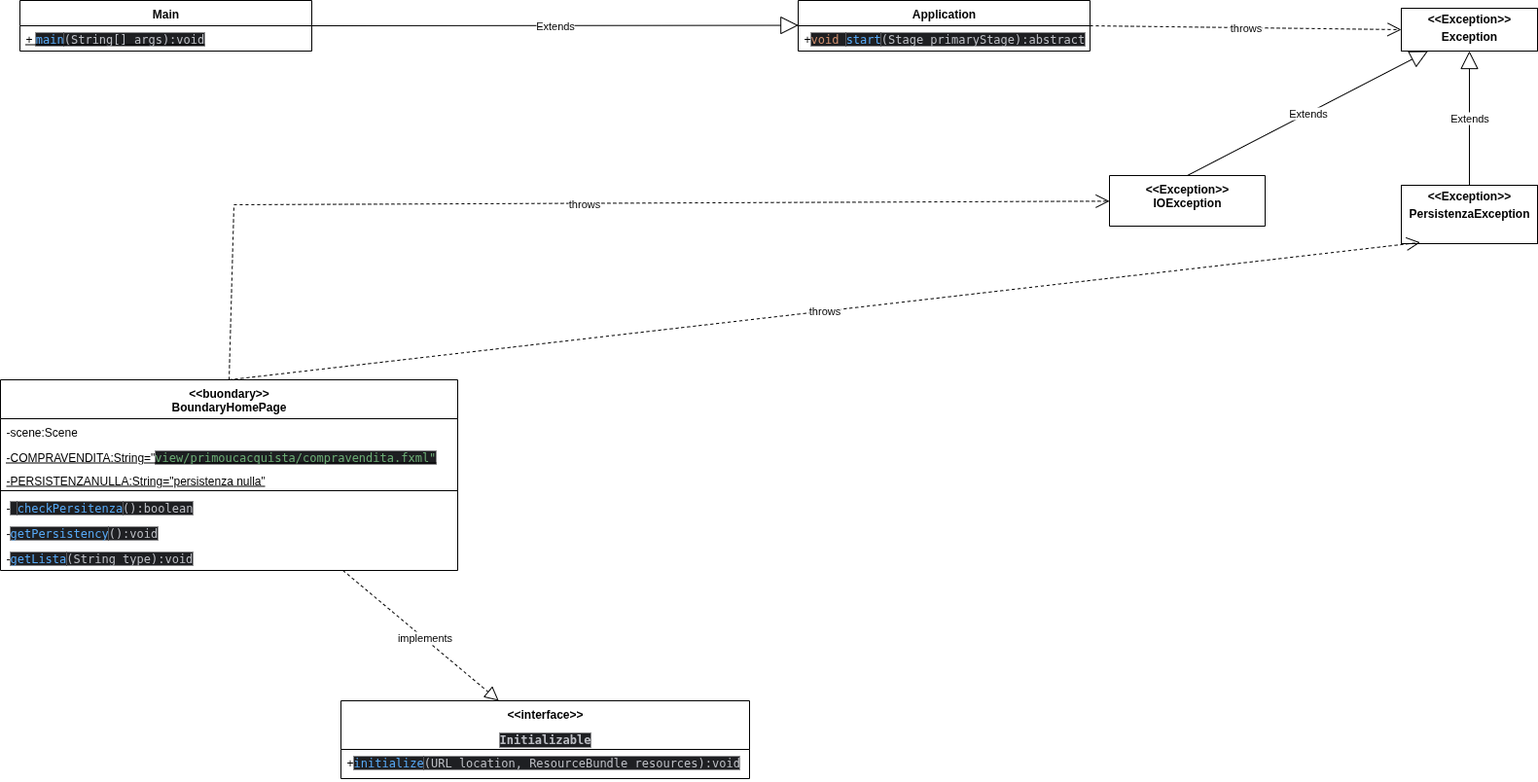
The draw.io diagram VOPCVerificaDisponibilitaGiornale.drawio.png in ilciro/BookShopOnline25, before a commit. Source tidied: cells renumbered, new cells last; positions are measured from the earlier drawing's top-left corner, leaving out a move shared by most shapes.
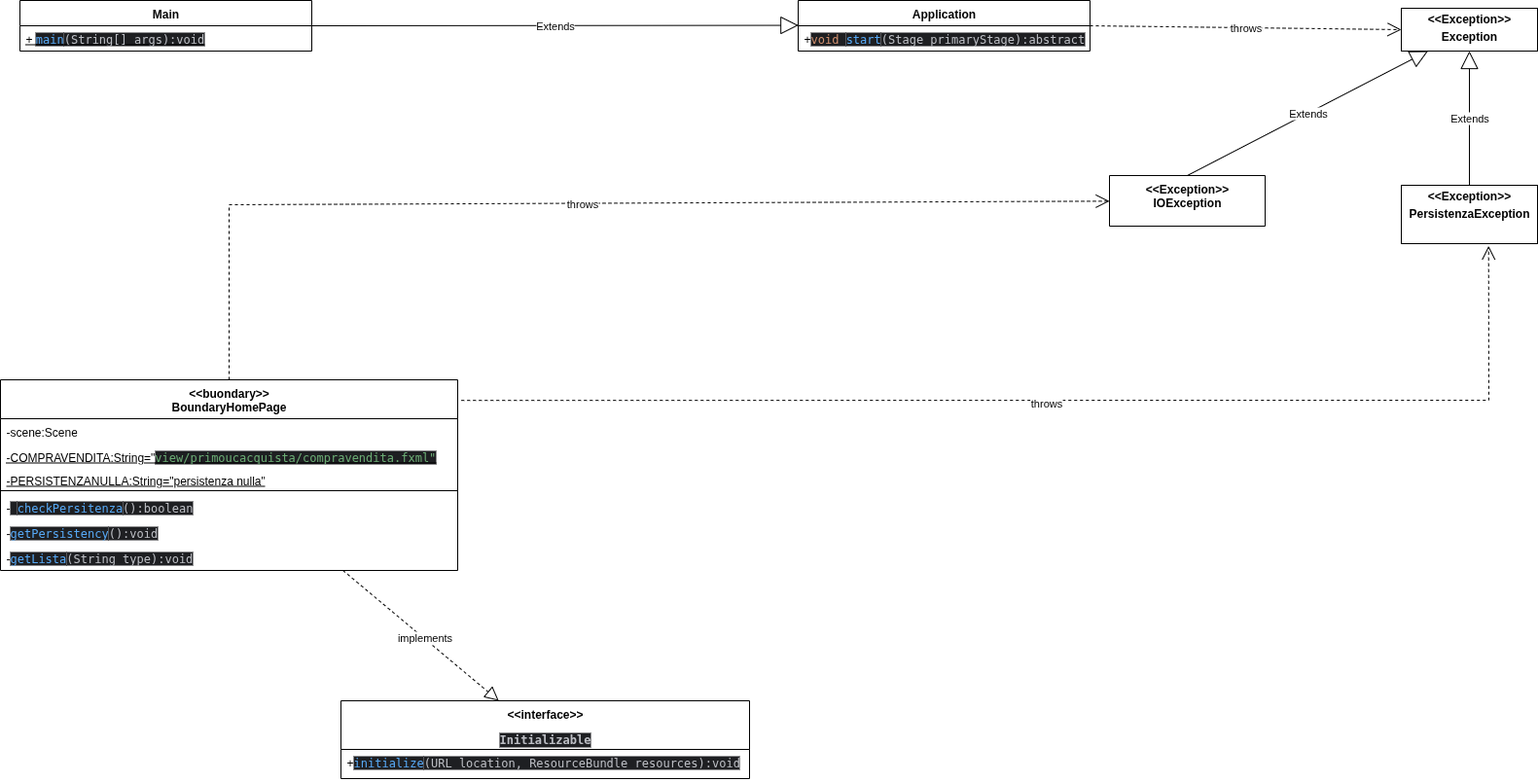
After the change.

Change to the diagram source:
```diff
@@ -76,12 +76,16 @@
     <mxCell id="25" value="throws" style="endArrow=open;endSize=12;dashed=1;html=1;rounded=0;exitX=0.5;exitY=0;exitDx=0;exitDy=0;" parent="1" edge="1" source="9" target="21">
       <mxGeometry relative="1" as="geometry">
         <Array as="points">
-          <mxPoint x="240" y="210" />
+          <mxPoint x="235" y="210" />
         </Array>
       </mxGeometry>
     </mxCell>
-    <mxCell id="26" value="throws" style="endArrow=open;endSize=12;dashed=1;html=1;rounded=0;exitX=0.5;exitY=0;exitDx=0;exitDy=0;entryX=0.139;entryY=0.979;entryDx=0;entryDy=0;entryPerimeter=0;" parent="1" edge="1" source="9" target="22">
-      <mxGeometry relative="1" as="geometry" />
+    <mxCell id="26" value="throws" style="endArrow=open;endSize=12;dashed=1;html=1;rounded=0;entryX=0.641;entryY=1.038;entryDx=0;entryDy=0;entryPerimeter=0;exitX=1.008;exitY=0.108;exitDx=0;exitDy=0;exitPerimeter=0;" parent="1" edge="1" source="9" target="22">
+      <mxGeometry x="-0.01" y="-3" relative="1" as="geometry">
+        <Array as="points">
+          <mxPoint x="1530" y="411" />
+        </Array>
+      </mxGeometry>
     </mxCell>
   </root>
 </mxGraphModel>
```
